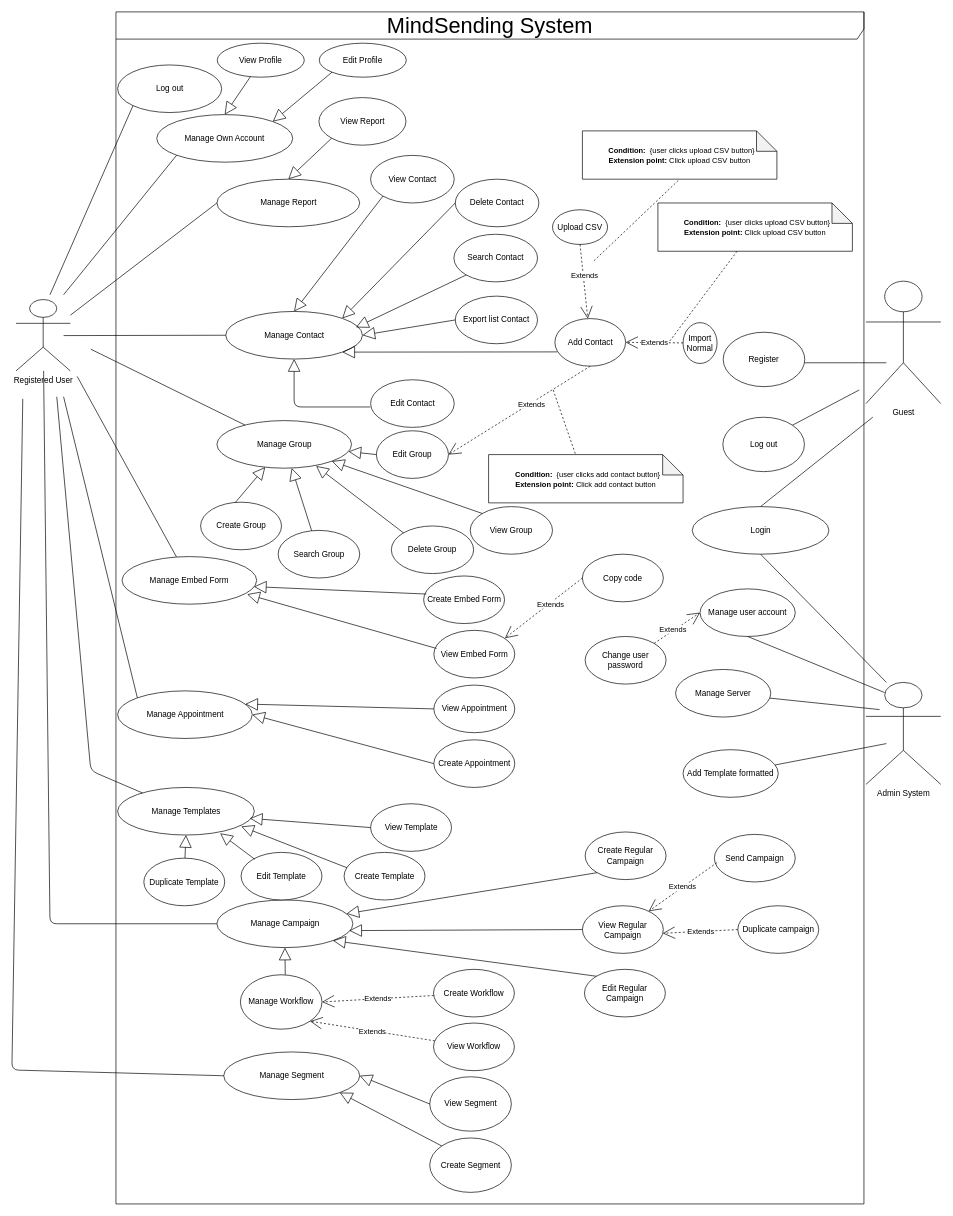
Above: Documents/Diagram/MindSendingUseCase.drawio in archiskz/EmailMarketing (draw.io), before the change. Source tidied: cells renumbered, new cells numbered last; positions are measured from the earlier drawing's top-left corner, leaving out a move shared by most shapes. Both pictures are drawn from the tidied source at 68%, with x=0, y=0 at pixel (12, 12).
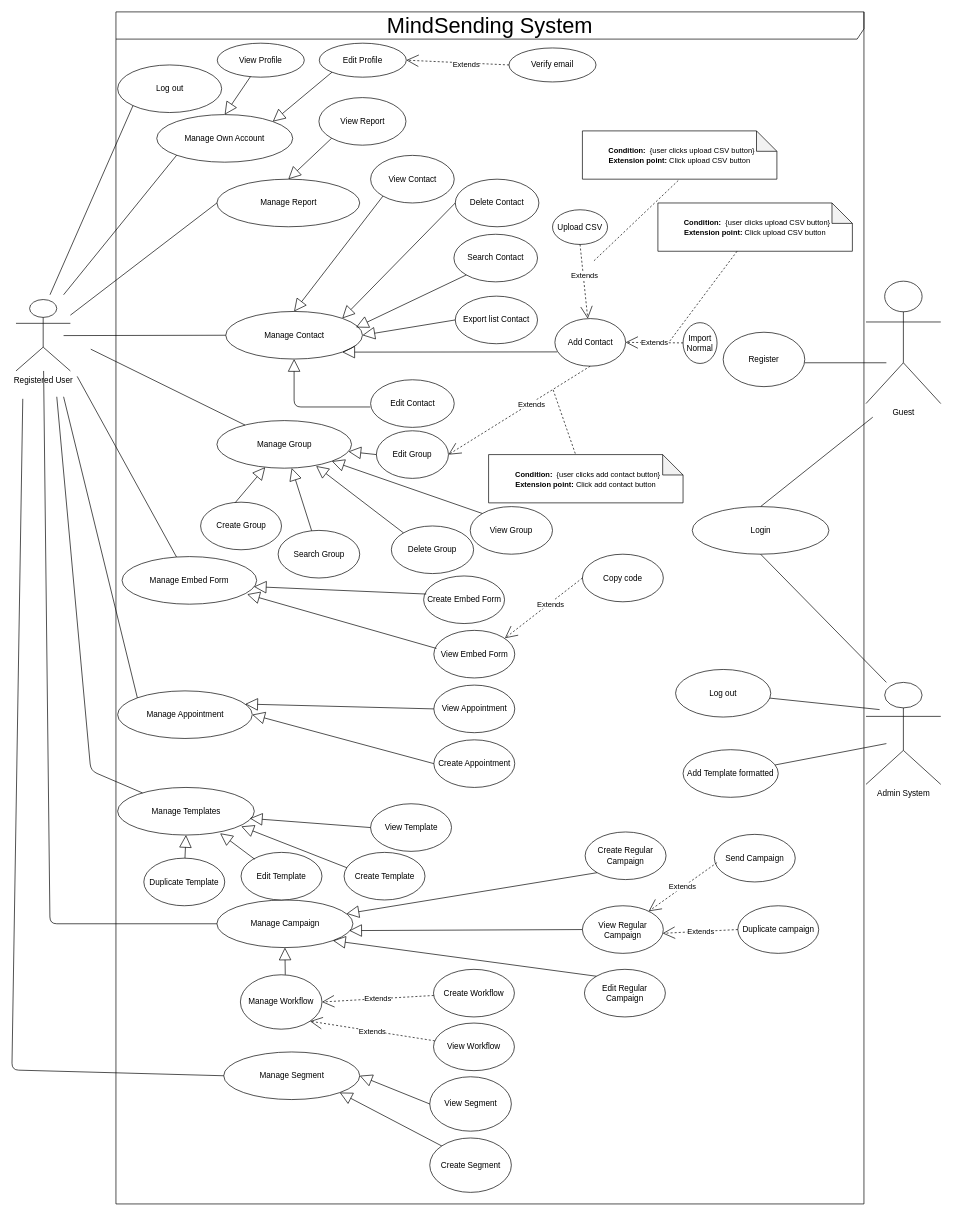
After the change.

The change refers to these unchanged cells:
```xml
<mxCell id="3" value="Admin System&lt;br&gt;&lt;br&gt;" style="shape=umlActor;verticalLabelPosition=bottom;labelBackgroundColor=#ffffff;verticalAlign=top;html=1;" parent="1" vertex="1">
  <mxGeometry x="1256" y="986" width="110" height="150" as="geometry" />
</mxCell>
<mxCell id="43" value="Edit Profile" style="ellipse;whiteSpace=wrap;html=1;" parent="1" vertex="1">
  <mxGeometry x="452" y="46" width="128" height="50" as="geometry" />
</mxCell>
```

Change to the diagram source:
```diff
@@
-    <mxCell id="5" value="Manage Server&lt;br&gt;" style="ellipse;whiteSpace=wrap;html=1;" parent="1" vertex="1">
+    <mxCell id="5" value="Log out" style="ellipse;whiteSpace=wrap;html=1;" parent="1" vertex="1">
       <mxGeometry x="976" y="967" width="140" height="70" as="geometry" />
     </mxCell>
@@
-    <mxCell id="7" value="Manage user account" style="ellipse;whiteSpace=wrap;html=1;" parent="1" vertex="1">
-      <mxGeometry x="1012" y="848.5" width="140" height="70" as="geometry" />
-    </mxCell>
@@
-    <mxCell id="24" style="endArrow=none;endFill=0;endSize=12;html=1;entryX=0.5;entryY=1;entryDx=0;entryDy=0;exitX=0.25;exitY=0.1;exitDx=0;exitDy=0;exitPerimeter=0;" parent="1" edge="1" source="3" target="7">
-      <mxGeometry relative="1" as="geometry" />
-    </mxCell>
@@
-    <mxCell id="75" value="Log out" style="ellipse;whiteSpace=wrap;html=1;" parent="1" vertex="1">
-      <mxGeometry x="1045.5" y="596.1" width="120" height="80" as="geometry" />
-    </mxCell>
@@
-    <mxCell id="77" style="endArrow=none;html=1;entryX=1;entryY=0;entryDx=0;entryDy=0;" parent="1" edge="1" target="75">
-      <mxGeometry relative="1" as="geometry">
-        <mxPoint x="1246" y="556" as="sourcePoint" />
-      </mxGeometry>
-    </mxCell>
@@
-    <mxCell id="117" value="Change user password" style="ellipse;whiteSpace=wrap;html=1;" parent="1" vertex="1">
-      <mxGeometry x="843" y="918.5" width="119" height="70" as="geometry" />
-    </mxCell>
+    <mxCell id="119" value="Verify email" style="ellipse;whiteSpace=wrap;html=1;" parent="1" vertex="1">
+      <mxGeometry x="731" y="53" width="128" height="50" as="geometry" />
+    </mxCell>
-    <mxCell id="118" value="Extends" style="endArrow=open;endSize=16;endFill=0;html=1;strokeWidth=1;dashed=1;exitX=1;exitY=0;exitDx=0;exitDy=0;entryX=0;entryY=0.5;entryDx=0;entryDy=0;" parent="1" edge="1" source="117" target="7">
+    <mxCell id="118" value="Extends" style="endArrow=open;endSize=16;endFill=0;html=1;strokeWidth=1;dashed=1;exitX=0;exitY=0.5;exitDx=0;exitDy=0;entryX=1;entryY=0.5;entryDx=0;entryDy=0;" parent="1" edge="1" source="119" target="43">
       <mxGeometry x="-0.16" y="2" relative="1" as="geometry" />
     </mxCell>
```
